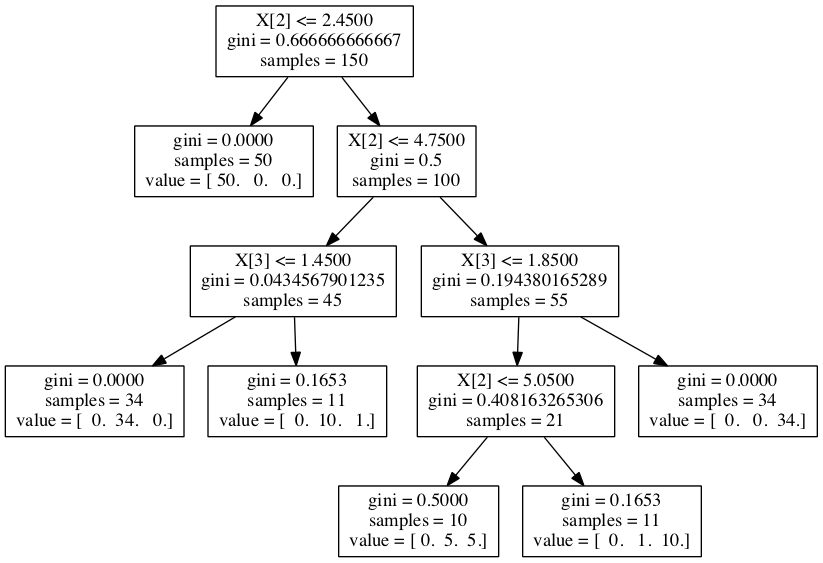
Earlier version of the Graphviz export notebooks/iris.png (yhat/DataGotham2013). Its source is kept beside it as notebooks/iris.dot.
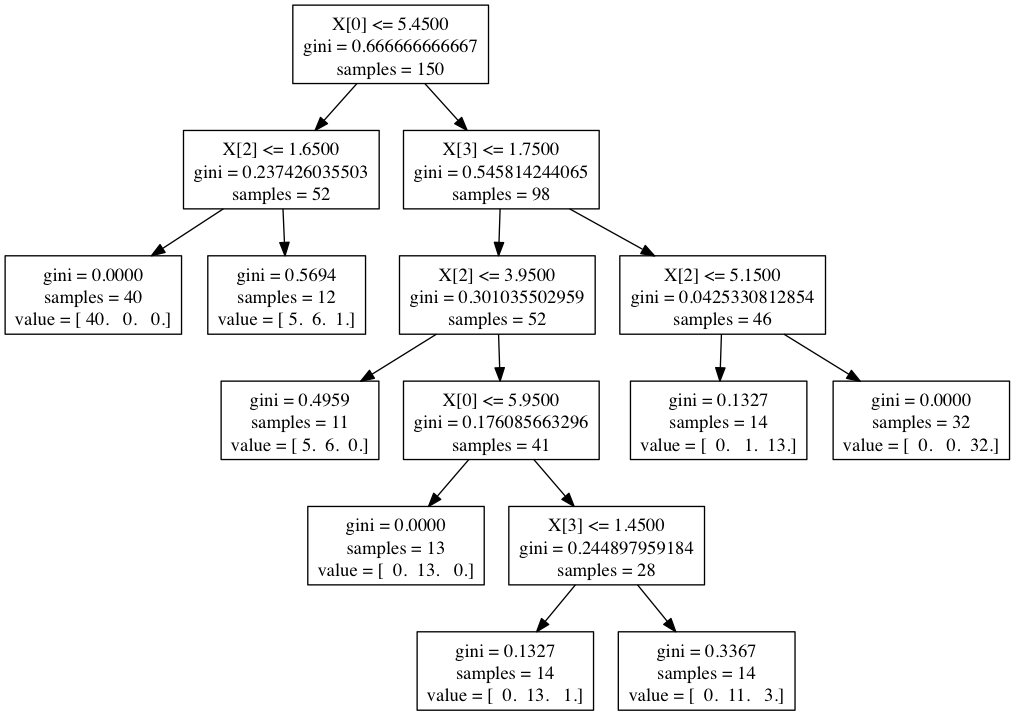
The same file after the commit.

What changed in the source:
```diff
@@ -1,23 +1,31 @@
 digraph Tree {
-0 [label="X[2] <= 2.4500\ngini = 0.666666666667\nsamples = 150", shape="box"] ;
-1 [label="gini = 0.0000\nsamples = 50\nvalue = [ 50.   0.   0.]", shape="box"] ;
+0 [label="X[0] <= 5.4500\ngini = 0.666666666667\nsamples = 150", shape="box"] ;
+1 [label="X[2] <= 1.6500\ngini = 0.237426035503\nsamples = 52", shape="box"] ;
 0 -> 1 ;
-2 [label="X[2] <= 4.7500\ngini = 0.5\nsamples = 100", shape="box"] ;
-0 -> 2 ;
-3 [label="X[3] <= 1.4500\ngini = 0.0434567901235\nsamples = 45", shape="box"] ;
-2 -> 3 ;
-4 [label="gini = 0.0000\nsamples = 34\nvalue = [  0.  34.   0.]", shape="box"] ;
-3 -> 4 ;
-5 [label="gini = 0.1653\nsamples = 11\nvalue = [  0.  10.   1.]", shape="box"] ;
-3 -> 5 ;
-6 [label="X[3] <= 1.8500\ngini = 0.194380165289\nsamples = 55", shape="box"] ;
-2 -> 6 ;
-7 [label="X[2] <= 5.0500\ngini = 0.408163265306\nsamples = 21", shape="box"] ;
-6 -> 7 ;
-8 [label="gini = 0.5000\nsamples = 10\nvalue = [ 0.  5.  5.]", shape="box"] ;
+2 [label="gini = 0.0000\nsamples = 40\nvalue = [ 40.   0.   0.]", shape="box"] ;
+1 -> 2 ;
+3 [label="gini = 0.5694\nsamples = 12\nvalue = [ 5.  6.  1.]", shape="box"] ;
+1 -> 3 ;
+4 [label="X[3] <= 1.7500\ngini = 0.545814244065\nsamples = 98", shape="box"] ;
+0 -> 4 ;
+5 [label="X[2] <= 3.9500\ngini = 0.301035502959\nsamples = 52", shape="box"] ;
+4 -> 5 ;
+6 [label="gini = 0.4959\nsamples = 11\nvalue = [ 5.  6.  0.]", shape="box"] ;
+5 -> 6 ;
+7 [label="X[0] <= 5.9500\ngini = 0.176085663296\nsamples = 41", shape="box"] ;
+5 -> 7 ;
+8 [label="gini = 0.0000\nsamples = 13\nvalue = [  0.  13.   0.]", shape="box"] ;
 7 -> 8 ;
-9 [label="gini = 0.1653\nsamples = 11\nvalue = [  0.   1.  10.]", shape="box"] ;
+9 [label="X[3] <= 1.4500\ngini = 0.244897959184\nsamples = 28", shape="box"] ;
 7 -> 9 ;
-10 [label="gini = 0.0000\nsamples = 34\nvalue = [  0.   0.  34.]", shape="box"] ;
-6 -> 10 ;
+10 [label="gini = 0.1327\nsamples = 14\nvalue = [  0.  13.   1.]", shape="box"] ;
+9 -> 10 ;
+11 [label="gini = 0.3367\nsamples = 14\nvalue = [  0.  11.   3.]", shape="box"] ;
+9 -> 11 ;
+12 [label="X[2] <= 5.1500\ngini = 0.0425330812854\nsamples = 46", shape="box"] ;
+4 -> 12 ;
+13 [label="gini = 0.1327\nsamples = 14\nvalue = [  0.   1.  13.]", shape="box"] ;
+12 -> 13 ;
+14 [label="gini = 0.0000\nsamples = 32\nvalue = [  0.   0.  32.]", shape="box"] ;
+12 -> 14 ;
 }
```
